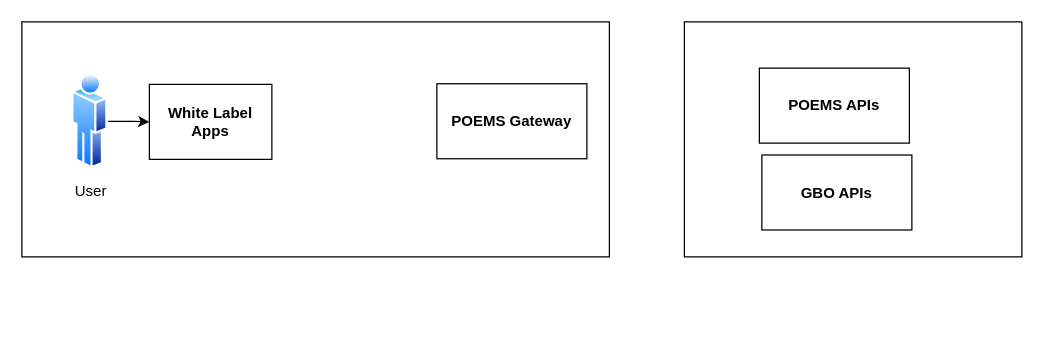
pspluse007/LBPSPLAOP keeps this draw.io diagram as Untitled Diagram.drawio. Above is the earlier version. Source tidied: cells renumbered, new cells numbered last; positions are measured from the earlier drawing's top-left corner, leaving out a move shared by most shapes. Both pictures are drawn from the tidied source at 125%, with x=0, y=0 at pixel (21, 21).
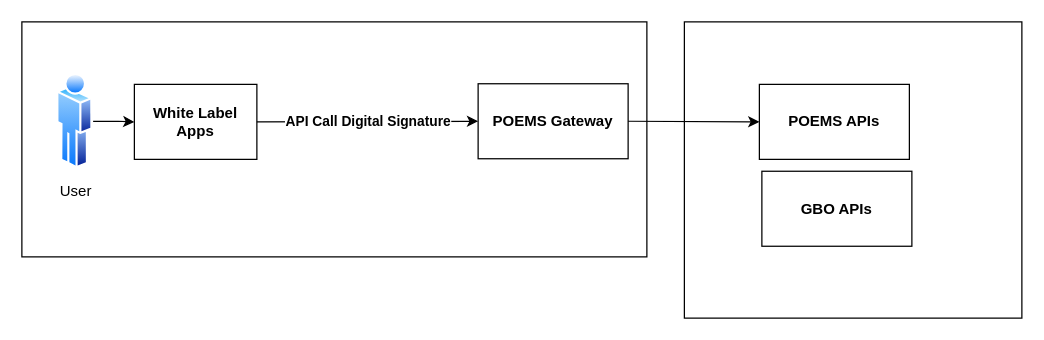
The same diagram, later.

Diff of the diagram source:
```diff
@@
 <mxGraphModel>
   <root>
     <mxCell id="0" />
     <mxCell id="1" parent="0" />
     <mxCell id="2" style="rounded=0;whiteSpace=wrap;html=1;" parent="1" vertex="1">
-      <mxGeometry x="530" width="270" height="188" as="geometry" />
+      <mxGeometry x="530" width="270" height="237" as="geometry" />
     </mxCell>
     <mxCell id="3" style="rounded=0;whiteSpace=wrap;html=1;" parent="1" vertex="1">
-      <mxGeometry width="470" height="188" as="geometry" />
+      <mxGeometry width="500" height="188" as="geometry" />
     </mxCell>
     <mxCell id="4" value="&lt;b&gt;POEMS APIs&lt;/b&gt;" style="rounded=0;whiteSpace=wrap;html=1;" parent="1" vertex="1">
-      <mxGeometry x="590" y="37" width="120" height="60" as="geometry" />
+      <mxGeometry x="590" y="50" width="120" height="60" as="geometry" />
     </mxCell>
     <mxCell id="5" value="&lt;b&gt;GBO APIs&lt;/b&gt;" style="rounded=0;whiteSpace=wrap;html=1;" parent="1" vertex="1">
-      <mxGeometry x="592" y="106.5" width="120" height="60" as="geometry" />
+      <mxGeometry x="592" y="119.5" width="120" height="60" as="geometry" />
     </mxCell>
     <mxCell id="6" value="&lt;b&gt;White Label Apps&lt;/b&gt;" style="rounded=0;whiteSpace=wrap;html=1;" parent="1" vertex="1">
-      <mxGeometry x="102" y="50" width="98" height="60" as="geometry" />
+      <mxGeometry x="90" y="50" width="98" height="60" as="geometry" />
     </mxCell>
     <mxCell id="7" value="&lt;b&gt;POEMS Gateway&lt;/b&gt;" style="rounded=0;whiteSpace=wrap;html=1;" parent="1" vertex="1">
-      <mxGeometry x="332" y="49.5" width="120" height="60" as="geometry" />
+      <mxGeometry x="365" y="49.5" width="120" height="60" as="geometry" />
     </mxCell>
     <mxCell id="8" style="edgeStyle=orthogonalEdgeStyle;rounded=0;jettySize=auto;html=1;entryX=0;entryY=0.5;entryDx=0;entryDy=0;" parent="1" edge="1" source="9" target="6">
       <mxGeometry relative="1" as="geometry" />
     </mxCell>
     <mxCell id="9" value="User" style="perimeter=ellipsePerimeter;html=1;align=center;shadow=0;dashed=0;spacingTop=3;image;image=img/lib/active_directory/user.svg;" parent="1" vertex="1">
-      <mxGeometry x="40" y="40.5" width="29" height="78" as="geometry" />
+      <mxGeometry x="28" y="40.5" width="29" height="78" as="geometry" />
     </mxCell>
+    <mxCell id="10" value="&lt;b&gt;API Call Digital Signature&lt;/b&gt;" style="endArrow=classic;html=1;exitX=1;exitY=0.5;exitDx=0;exitDy=0;entryX=0;entryY=0.5;entryDx=0;entryDy=0;" parent="1" edge="1" source="6" target="7">
+      <mxGeometry relative="1" as="geometry" />
+    </mxCell>
+    <mxCell id="11" style="endArrow=classic;html=1;entryX=0;entryY=0.5;entryDx=0;entryDy=0;exitX=1;exitY=0.5;exitDx=0;exitDy=0;" parent="1" edge="1" source="7" target="4">
+      <mxGeometry relative="1" as="geometry" />
+    </mxCell>
   </root>
 </mxGraphModel>
```
